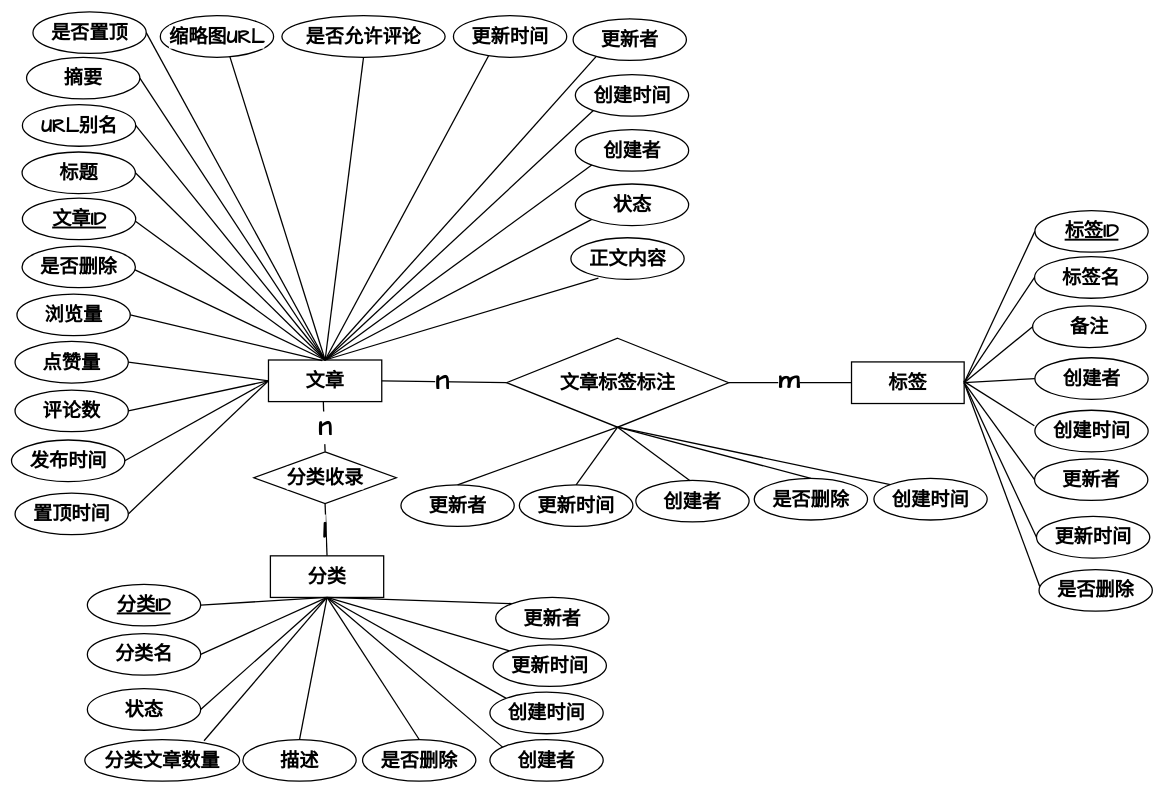
The draw.io diagram graph/分类ER.drawio in zhangbird050801/bird-blog, before the edit. Source tidied: cells renumbered, new cells numbered last; positions are measured from the earlier drawing's top-left corner, leaving out a move shared by most shapes. Both pictures are drawn from the tidied source at 64%, with x=0, y=0 at pixel (11, 12).
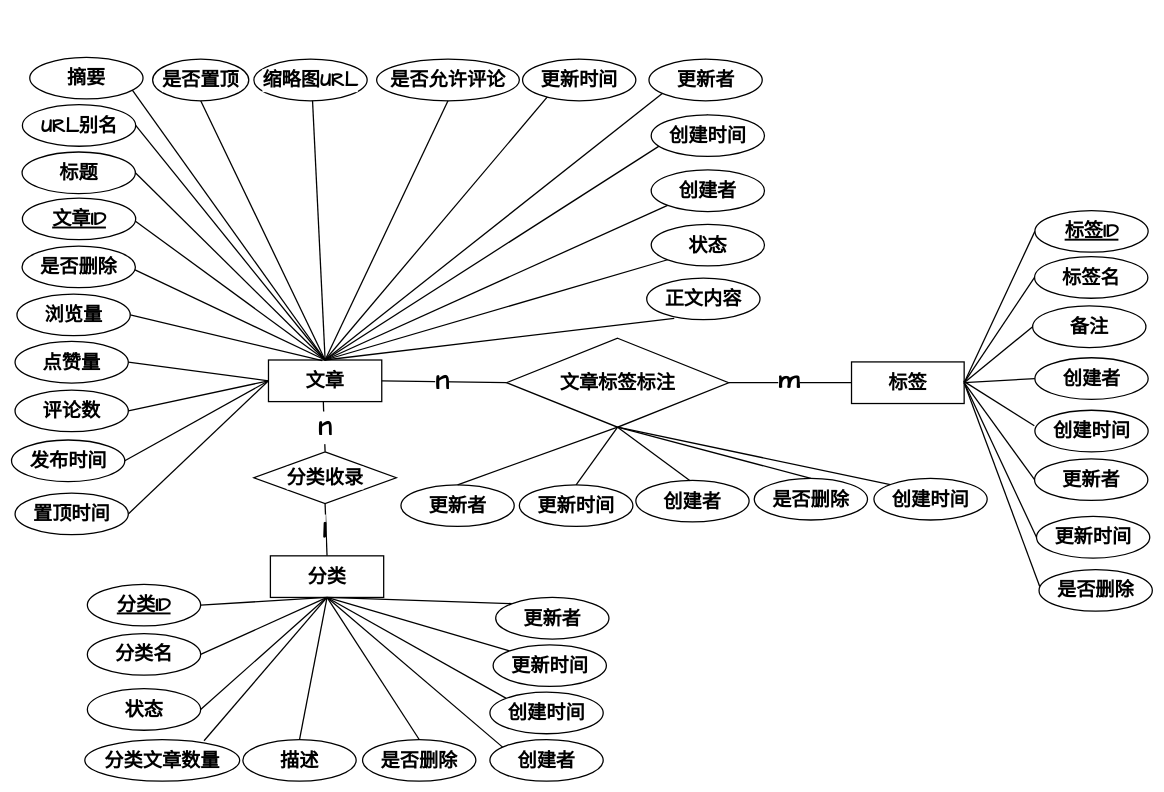
After the change.

Unchanged cells that the change refers to:
```xml
<mxCell id="27" value="文章" style="rounded=0;whiteSpace=wrap;html=1;fontSize=30;fontFamily=Comic Sans MS;fontStyle=1;strokeColor=default;strokeWidth=2;align=center;verticalAlign=middle;fontColor=default;labelBackgroundColor=default;" parent="1" vertex="1">
  <mxGeometry x="402" y="544" width="177" height="65" as="geometry" />
</mxCell>
```

Diff of the diagram source:
```diff
@@
-    <mxCell id="32" style="rounded=0;jettySize=auto;html=1;exitX=1;exitY=0.5;exitDx=0;exitDy=0;endArrow=none;endFill=0;fontSize=30;fontFamily=Comic Sans MS;fontStyle=1;entryX=0.5;entryY=0;entryDx=0;entryDy=0;strokeColor=default;strokeWidth=2;align=center;verticalAlign=middle;fontColor=default;labelBackgroundColor=default;" parent="1" edge="1" source="33" target="27">
+    <mxCell id="32" style="rounded=0;jettySize=auto;html=1;exitX=0.904;exitY=0.785;exitDx=0;exitDy=0;endArrow=none;endFill=0;fontSize=30;fontFamily=Comic Sans MS;fontStyle=1;entryX=0.5;entryY=0;entryDx=0;entryDy=0;strokeColor=default;strokeWidth=2;align=center;verticalAlign=middle;fontColor=default;labelBackgroundColor=default;exitPerimeter=0;" parent="1" edge="1" source="33" target="27">
       <mxGeometry relative="1" as="geometry" />
     </mxCell>
     <mxCell id="33" value="摘要" style="whiteSpace=wrap;html=1;rounded=0;shape=ellipse;perimeter=ellipsePerimeter;fontSize=30;fontFamily=Comic Sans MS;fontStyle=1;strokeColor=default;strokeWidth=2;align=center;verticalAlign=middle;fontColor=default;labelBackgroundColor=default;" parent="1" vertex="1">
-      <mxGeometry x="24" y="71" width="177" height="65" as="geometry" />
+      <mxGeometry x="29" y="71" width="177" height="65" as="geometry" />
     </mxCell>
@@
     <mxCell id="35" value="创建者" style="whiteSpace=wrap;html=1;shape=ellipse;perimeter=ellipsePerimeter;fontSize=30;fontFamily=Comic Sans MS;fontStyle=1;rounded=0;strokeColor=default;strokeWidth=2;align=center;verticalAlign=middle;fontColor=default;labelBackgroundColor=default;" parent="1" vertex="1">
-      <mxGeometry x="881.5" y="184" width="177" height="65" as="geometry" />
+      <mxGeometry x="1000" y="247" width="177" height="65" as="geometry" />
     </mxCell>
@@
     <mxCell id="37" value="更新时间" style="whiteSpace=wrap;html=1;shape=ellipse;perimeter=ellipsePerimeter;fontSize=30;fontFamily=Comic Sans MS;fontStyle=1;rounded=0;strokeColor=default;strokeWidth=2;align=center;verticalAlign=middle;fontColor=default;labelBackgroundColor=default;" parent="1" vertex="1">
-      <mxGeometry x="691" y="6" width="177" height="65" as="geometry" />
+      <mxGeometry x="799" y="74" width="177" height="65" as="geometry" />
     </mxCell>
@@
     <mxCell id="39" value="更新者" style="whiteSpace=wrap;html=1;shape=ellipse;perimeter=ellipsePerimeter;fontSize=30;fontFamily=Comic Sans MS;fontStyle=1;rounded=0;strokeColor=default;strokeWidth=2;align=center;verticalAlign=middle;fontColor=default;labelBackgroundColor=default;" parent="1" vertex="1">
-      <mxGeometry x="878" y="11" width="177" height="65" as="geometry" />
+      <mxGeometry x="996.5" y="74" width="177" height="65" as="geometry" />
     </mxCell>
@@
     <mxCell id="41" value="正文内容" style="whiteSpace=wrap;html=1;shape=ellipse;perimeter=ellipsePerimeter;fontSize=30;fontFamily=Comic Sans MS;fontStyle=1;rounded=0;strokeColor=default;strokeWidth=2;align=center;verticalAlign=middle;fontColor=default;labelBackgroundColor=default;" parent="1" vertex="1">
-      <mxGeometry x="874.5" y="353" width="177" height="65" as="geometry" />
+      <mxGeometry x="993" y="416" width="177" height="65" as="geometry" />
     </mxCell>
@@
     <mxCell id="46" value="是否置顶" style="whiteSpace=wrap;html=1;shape=ellipse;perimeter=ellipsePerimeter;fontSize=30;fontFamily=Comic Sans MS;fontStyle=1;rounded=0;strokeColor=default;strokeWidth=2;align=center;verticalAlign=middle;fontColor=default;labelBackgroundColor=default;" parent="1" vertex="1">
-      <mxGeometry x="34" width="177" height="65" as="geometry" />
+      <mxGeometry x="221" y="74" width="150.2" height="65" as="geometry" />
     </mxCell>
@@
     <mxCell id="48" value="缩略图URL" style="whiteSpace=wrap;html=1;shape=ellipse;perimeter=ellipsePerimeter;fontSize=30;fontFamily=Comic Sans MS;fontStyle=1;rounded=0;strokeColor=default;strokeWidth=2;align=center;verticalAlign=middle;fontColor=default;labelBackgroundColor=default;" parent="1" vertex="1">
-      <mxGeometry x="233" y="6" width="177" height="65" as="geometry" />
+      <mxGeometry x="379.2" y="74" width="177" height="65" as="geometry" />
     </mxCell>
@@
     <mxCell id="50" value="状态" style="whiteSpace=wrap;html=1;rounded=0;shape=ellipse;perimeter=ellipsePerimeter;fontSize=30;fontFamily=Comic Sans MS;fontStyle=1;strokeColor=default;strokeWidth=2;align=center;verticalAlign=middle;fontColor=default;labelBackgroundColor=default;" parent="1" vertex="1">
-      <mxGeometry x="881.5" y="269" width="177" height="65" as="geometry" />
+      <mxGeometry x="1000" y="332" width="177" height="65" as="geometry" />
     </mxCell>
     <mxCell id="51" value="是否允许评论" style="whiteSpace=wrap;html=1;shape=ellipse;perimeter=ellipsePerimeter;fontSize=30;fontFamily=Comic Sans MS;fontStyle=1;rounded=0;strokeColor=default;strokeWidth=2;align=center;verticalAlign=middle;fontColor=default;labelBackgroundColor=none;" parent="1" vertex="1">
-      <mxGeometry x="423" y="6" width="255" height="65" as="geometry" />
+      <mxGeometry x="571" y="74" width="223" height="65" as="geometry" />
     </mxCell>
@@
-    <mxCell id="74" style="rounded=0;jettySize=auto;html=1;exitX=1;exitY=0.5;exitDx=0;exitDy=0;endArrow=none;endFill=0;fontSize=30;fontFamily=Comic Sans MS;entryX=0.5;entryY=0;entryDx=0;entryDy=0;fontStyle=1;strokeColor=default;strokeWidth=2;align=center;verticalAlign=middle;fontColor=default;labelBackgroundColor=default;" parent="1" edge="1" source="46" target="27">
+    <mxCell id="74" style="rounded=0;jettySize=auto;html=1;exitX=0.5;exitY=1;exitDx=0;exitDy=0;endArrow=none;endFill=0;fontSize=30;fontFamily=Comic Sans MS;entryX=0.5;entryY=0;entryDx=0;entryDy=0;fontStyle=1;strokeColor=default;strokeWidth=2;align=center;verticalAlign=middle;fontColor=default;labelBackgroundColor=default;" parent="1" edge="1" source="46" target="27">
       <mxGeometry relative="1" as="geometry" />
     </mxCell>
@@
     <mxCell id="98" value="创建时间" style="whiteSpace=wrap;html=1;shape=ellipse;perimeter=ellipsePerimeter;fontSize=30;fontFamily=Comic Sans MS;fontStyle=1;rounded=0;strokeColor=default;strokeWidth=2;align=center;verticalAlign=middle;fontColor=default;labelBackgroundColor=default;" parent="1" vertex="1">
-      <mxGeometry x="881.5" y="98" width="177" height="65" as="geometry" />
+      <mxGeometry x="1000" y="161" width="177" height="65" as="geometry" />
     </mxCell>
```
